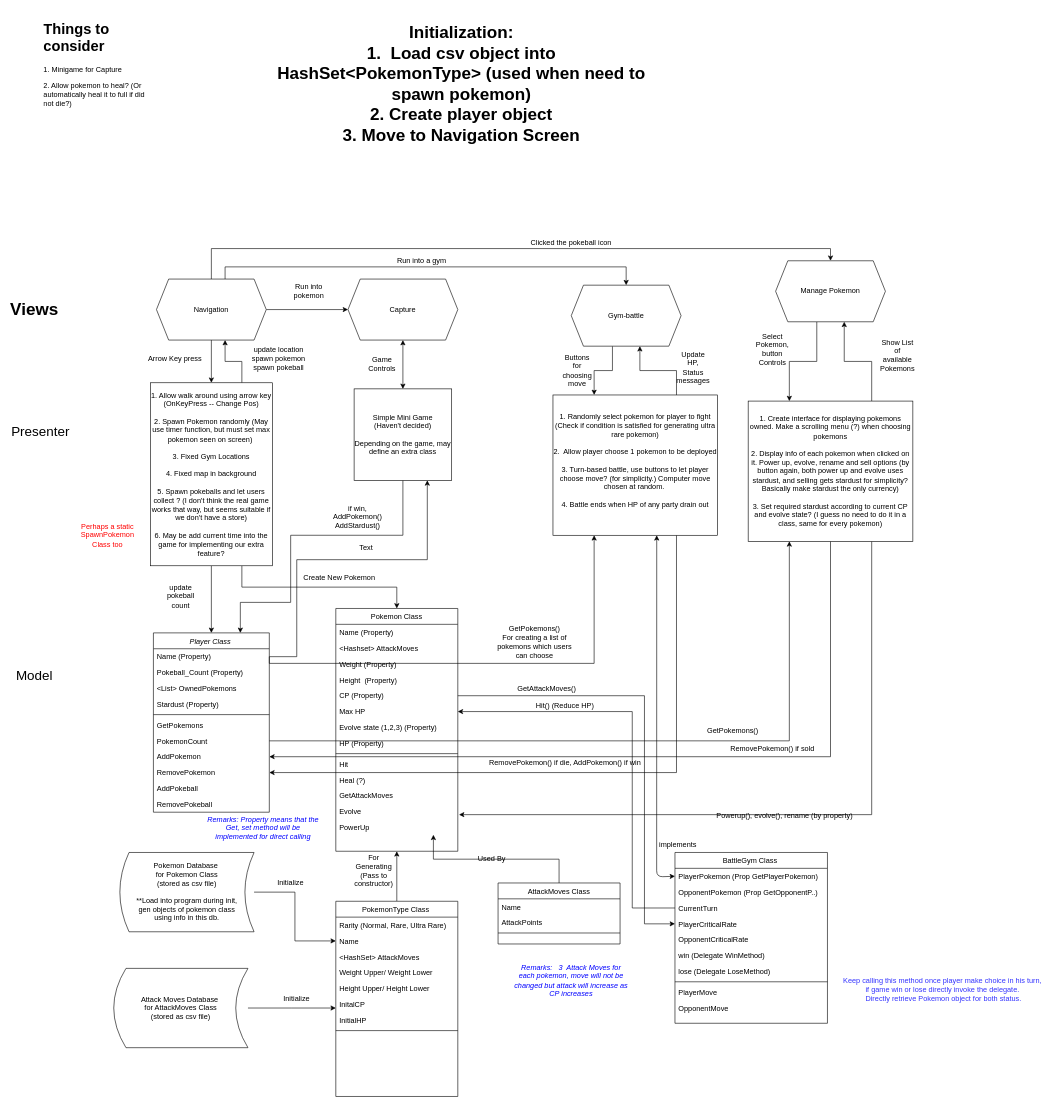
tpmmthomas/ierg3080-pokemon-go keeps this draw.io diagram as Untitled Diagram.drawio. Above is the earlier version. Source tidied: cells renumbered, new cells numbered last; positions are measured from the earlier drawing's top-left corner, leaving out a move shared by most shapes. Both pictures are drawn from the tidied source at 61%, with x=0, y=0 at pixel (22, 16).
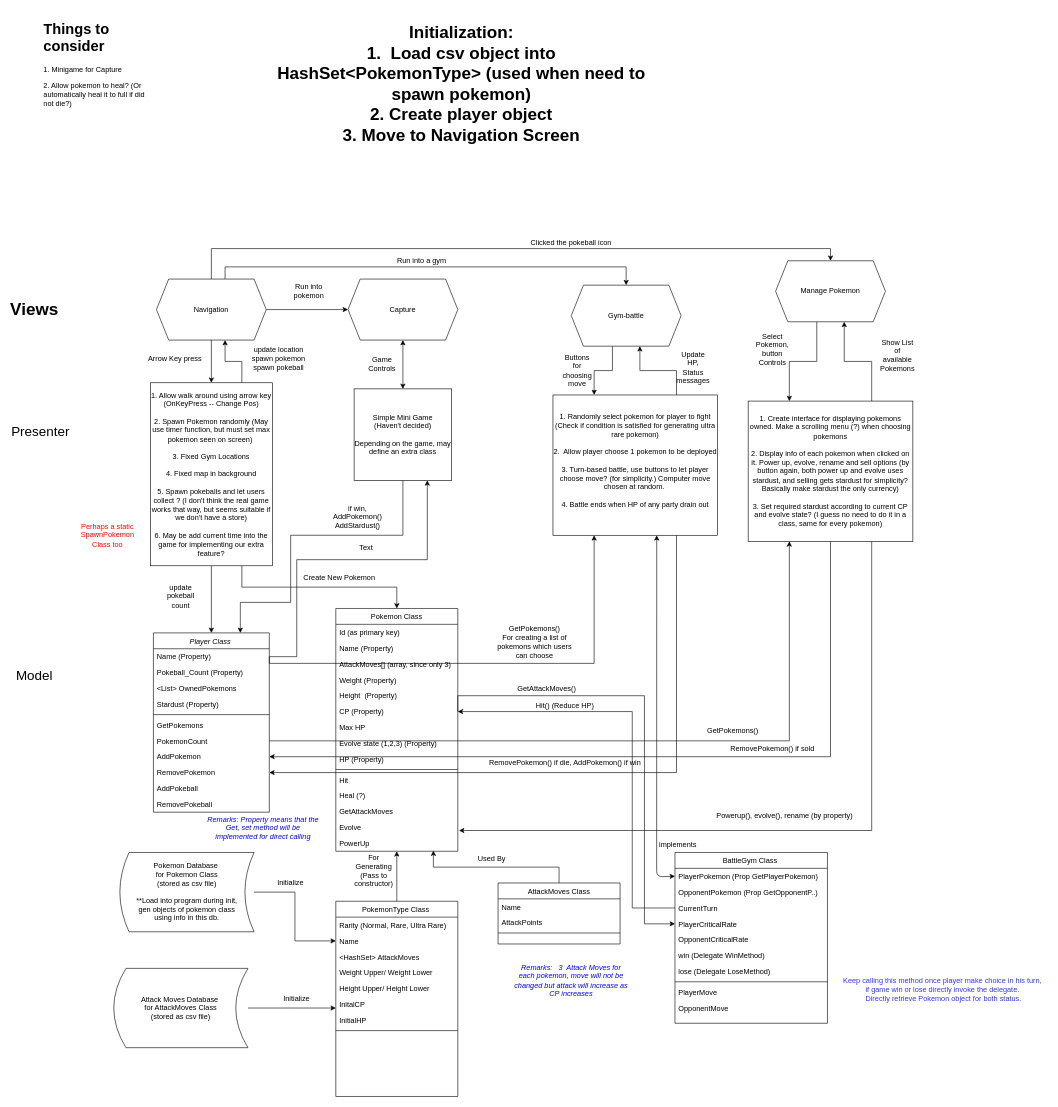
The same diagram, later.

The change refers to these unchanged cells:
```xml
<mxCell id="40" value="Pokemon Class" style="swimlane;fontStyle=0;align=center;verticalAlign=top;horizontal=1;startSize=26;rounded=0;shadow=0;strokeWidth=1;" parent="1" vertex="1">
  <mxGeometry x="514" y="970" width="200" height="398" as="geometry" />
</mxCell>
```

What changed in the source:
```diff
@@
+    <mxCell id="125" value="Id (as primary key)" style="text;align=left;verticalAlign=top;spacingLeft=4;spacingRight=4;overflow=hidden;rounded=0;shadow=0;html=0;" parent="40" vertex="1">
+      <mxGeometry y="26" width="200" height="26" as="geometry" />
+    </mxCell>
     <mxCell id="41" value="Name (Property)" style="text;align=left;verticalAlign=top;spacingLeft=4;spacingRight=4;overflow=hidden;rounded=0;shadow=0;html=0;" parent="40" vertex="1">
-      <mxGeometry y="26" width="200" height="26" as="geometry" />
+      <mxGeometry y="52" width="200" height="26" as="geometry" />
     </mxCell>
-    <mxCell id="42" value="&lt;Hashset&gt; AttackMoves" style="text;align=left;verticalAlign=top;spacingLeft=4;spacingRight=4;overflow=hidden;rounded=0;shadow=0;html=0;" parent="40" vertex="1">
-      <mxGeometry y="52" width="200" height="26" as="geometry" />
+    <mxCell id="42" value="AttackMoves[] (array, since only 3)" style="text;align=left;verticalAlign=top;spacingLeft=4;spacingRight=4;overflow=hidden;rounded=0;shadow=0;html=0;" parent="40" vertex="1">
+      <mxGeometry y="78" width="200" height="26" as="geometry" />
     </mxCell>
     <mxCell id="43" value="Weight (Property)" style="text;align=left;verticalAlign=top;spacingLeft=4;spacingRight=4;overflow=hidden;rounded=0;shadow=0;html=0;" parent="40" vertex="1">
-      <mxGeometry y="78" width="200" height="26" as="geometry" />
+      <mxGeometry y="104" width="200" height="26" as="geometry" />
     </mxCell>
     <mxCell id="44" value="Height  (Property)" style="text;align=left;verticalAlign=top;spacingLeft=4;spacingRight=4;overflow=hidden;rounded=0;shadow=0;html=0;" parent="40" vertex="1">
-      <mxGeometry y="104" width="200" height="26" as="geometry" />
+      <mxGeometry y="130" width="200" height="26" as="geometry" />
     </mxCell>
     <mxCell id="45" value="CP (Property)" style="text;align=left;verticalAlign=top;spacingLeft=4;spacingRight=4;overflow=hidden;points=[[0,0.5],[1,0.5]];portConstraint=eastwest;rounded=0;shadow=0;html=0;" parent="40" vertex="1">
-      <mxGeometry y="130" width="200" height="26" as="geometry" />
+      <mxGeometry y="156" width="200" height="26" as="geometry" />
     </mxCell>
     <mxCell id="46" value="Max HP" style="text;align=left;verticalAlign=top;spacingLeft=4;spacingRight=4;overflow=hidden;rounded=0;shadow=0;html=0;" parent="40" vertex="1">
-      <mxGeometry y="156" width="200" height="26" as="geometry" />
+      <mxGeometry y="182" width="200" height="26" as="geometry" />
     </mxCell>
     <mxCell id="47" value="Evolve state (1,2,3) (Property)" style="text;align=left;verticalAlign=top;spacingLeft=4;spacingRight=4;overflow=hidden;rounded=0;shadow=0;html=0;" parent="40" vertex="1">
-      <mxGeometry y="182" width="200" height="26" as="geometry" />
+      <mxGeometry y="208" width="200" height="26" as="geometry" />
     </mxCell>
     <mxCell id="48" value="HP (Property)" style="text;align=left;verticalAlign=top;spacingLeft=4;spacingRight=4;overflow=hidden;rounded=0;shadow=0;html=0;" parent="40" vertex="1">
-      <mxGeometry y="208" width="200" height="26" as="geometry" />
+      <mxGeometry y="234" width="200" height="26" as="geometry" />
     </mxCell>
     <mxCell id="49" style="line;html=1;strokeWidth=1;align=left;verticalAlign=middle;spacingTop=-1;spacingLeft=3;spacingRight=3;labelPosition=right;" parent="40" vertex="1">
-      <mxGeometry y="234" width="200" height="8" as="geometry" />
+      <mxGeometry y="260" width="200" height="8" as="geometry" />
     </mxCell>
     <mxCell id="50" value="Hit" style="text;align=left;verticalAlign=top;spacingLeft=4;spacingRight=4;overflow=hidden;" parent="40" vertex="1">
-      <mxGeometry y="242" width="200" height="26" as="geometry" />
+      <mxGeometry y="268" width="200" height="26" as="geometry" />
     </mxCell>
     <mxCell id="51" value="Heal (?)" style="text;align=left;verticalAlign=top;spacingLeft=4;spacingRight=4;overflow=hidden;" parent="40" vertex="1">
-      <mxGeometry y="268" width="200" height="26" as="geometry" />
+      <mxGeometry y="294" width="200" height="26" as="geometry" />
     </mxCell>
     <mxCell id="52" value="GetAttackMoves" style="text;align=left;verticalAlign=top;spacingLeft=4;spacingRight=4;overflow=hidden;" parent="40" vertex="1">
-      <mxGeometry y="294" width="200" height="26" as="geometry" />
+      <mxGeometry y="320" width="200" height="26" as="geometry" />
     </mxCell>
     <mxCell id="53" value="Evolve" style="text;align=left;verticalAlign=top;spacingLeft=4;spacingRight=4;overflow=hidden;" parent="40" vertex="1">
-      <mxGeometry y="320" width="200" height="26" as="geometry" />
+      <mxGeometry y="346" width="200" height="26" as="geometry" />
     </mxCell>
     <mxCell id="54" value="PowerUp" style="text;align=left;verticalAlign=top;spacingLeft=4;spacingRight=4;overflow=hidden;points=[[0,0.5],[1,0.5]];portConstraint=eastwest;" parent="40" vertex="1">
-      <mxGeometry y="346" width="200" height="26" as="geometry" />
+      <mxGeometry y="372" width="200" height="26" as="geometry" />
     </mxCell>
```
